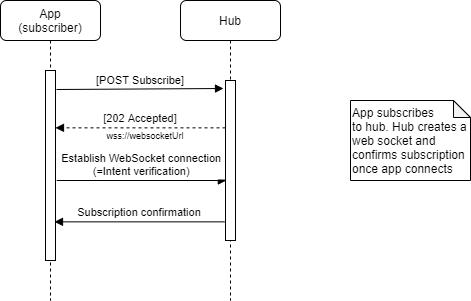
This is docs/img/Successful WebSocket Subscription Sequence.png from HL7/fhircast-docs, a draw.io export, as it was before one commit. Source tidied: cells renumbered, new cells last; positions are measured from the earlier drawing's top-left corner, leaving out a move shared by most shapes.
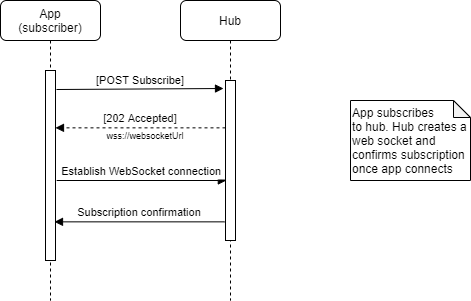
After the change.

Commit message:
remove "=Intent Verification"

Niklas, I wasn't certain what this phrase was intended to communicate.

Change to the diagram source:
```diff
@@ -29,7 +29,7 @@
     <mxCell id="9" value="&lt;font style=&quot;font-size: 9px&quot;&gt;wss://websocketUrl&lt;/font&gt;" style="text;html=1;strokeColor=none;fillColor=none;align=center;verticalAlign=middle;whiteSpace=wrap;rounded=0;fontSize=10;" parent="1" vertex="1">
       <mxGeometry x="50" y="125" width="190" height="20" as="geometry" />
     </mxCell>
-    <mxCell id="10" value="Establish WebSocket connection&#10;(=Intent verification)" style="verticalAlign=bottom;endArrow=block;shadow=0;strokeWidth=1;endFill=1;exitX=1.033;exitY=0.665;exitDx=0;exitDy=0;exitPerimeter=0;" parent="1" edge="1">
+    <mxCell id="10" value="Establish WebSocket connection" style="verticalAlign=bottom;endArrow=block;shadow=0;strokeWidth=1;endFill=1;exitX=1.033;exitY=0.665;exitDx=0;exitDy=0;exitPerimeter=0;" parent="1" edge="1">
       <mxGeometry relative="1" as="geometry">
         <mxPoint x="56.2" y="180" as="sourcePoint" />
         <mxPoint x="225.8" y="180" as="targetPoint" />
```
